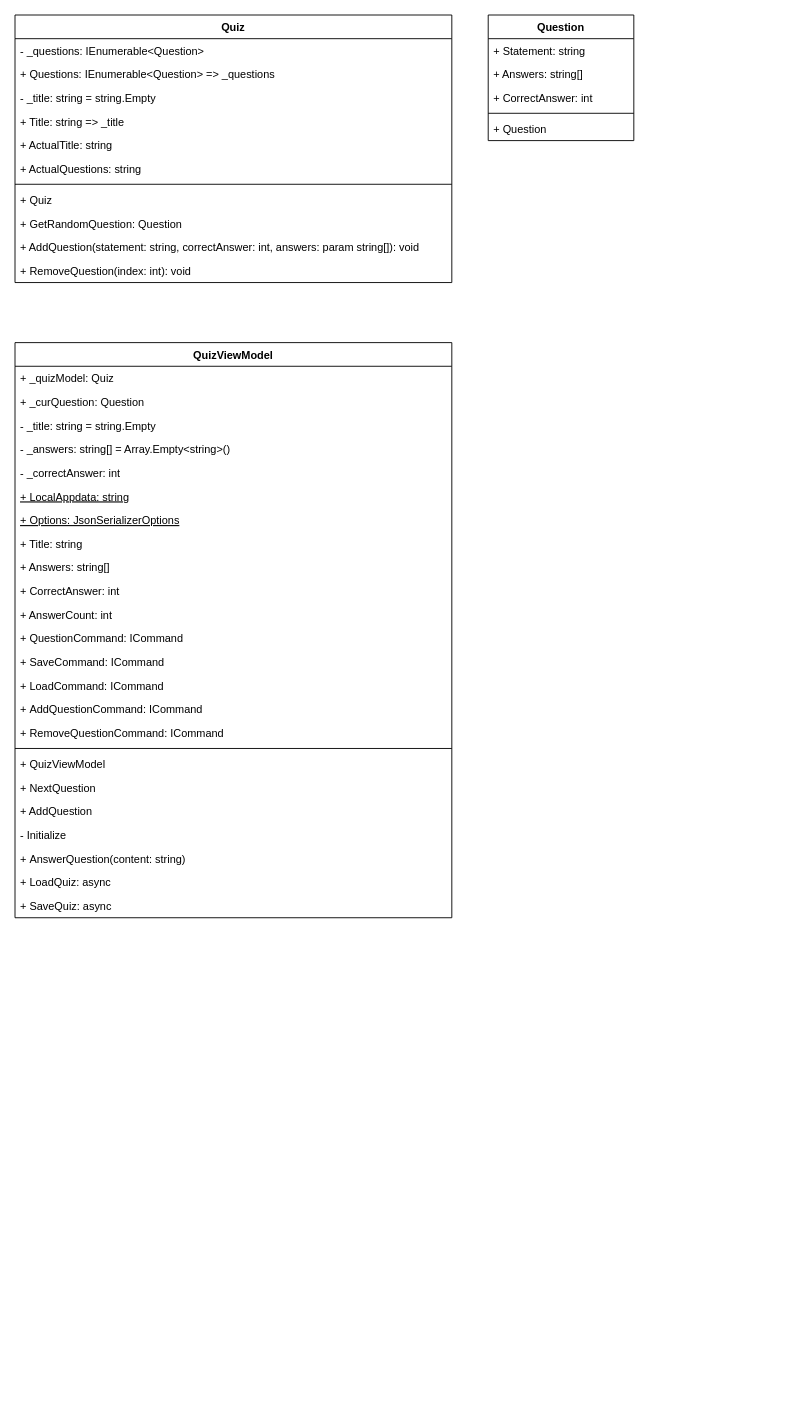
thelilh/Labb2 keeps this draw.io diagram as Planering Labb3.drawio. Above is the earlier version. Source tidied: cells renumbered, new cells numbered last; positions are measured from the earlier drawing's top-left corner, leaving out a move shared by most shapes. Both pictures are drawn from the tidied source at 91%, with x=0, y=0 at pixel (15, 15).
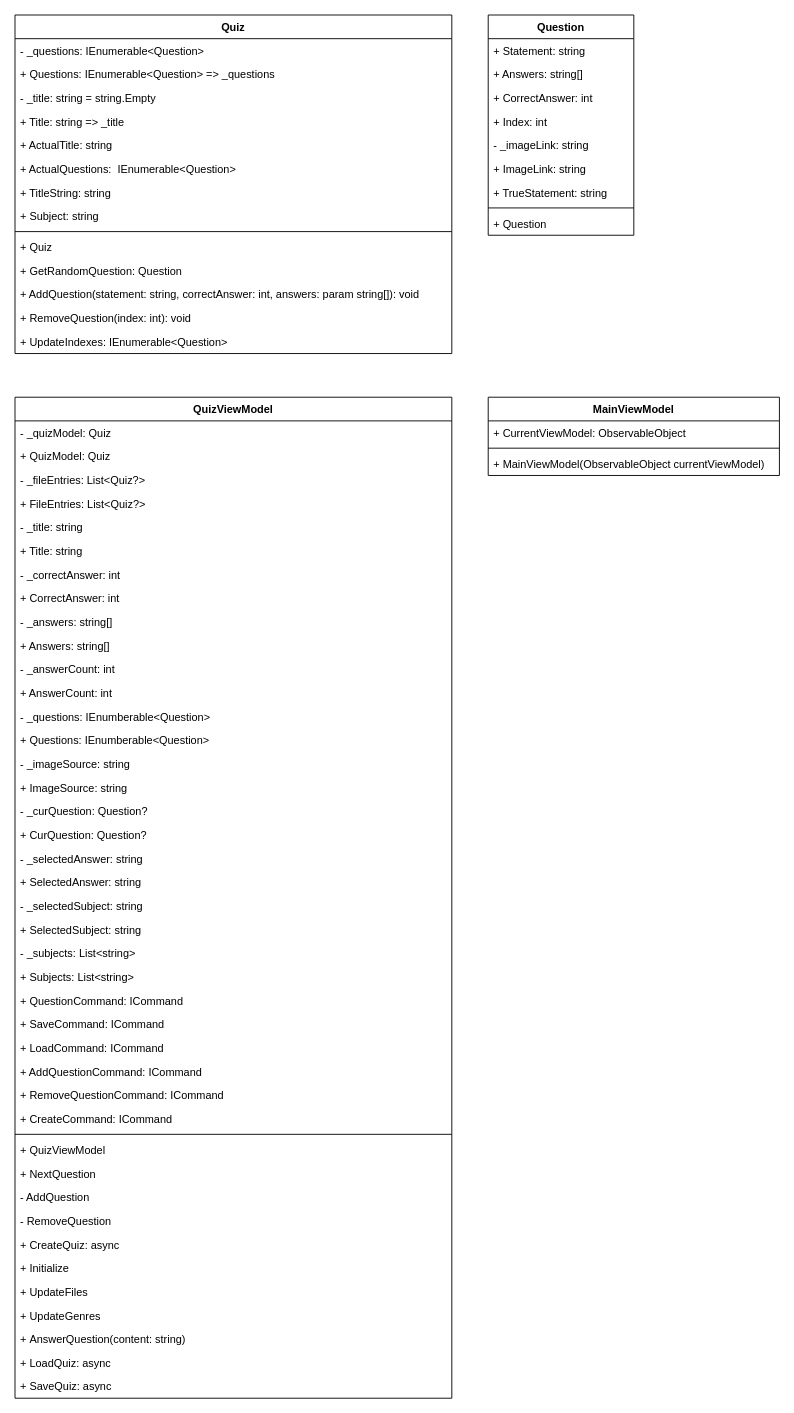
After the change.

What changed in the source:
```diff
@@
     <mxCell id="2" value="Quiz" style="swimlane;fontStyle=1;align=center;verticalAlign=top;horizontal=1;startSize=26;" parent="1" vertex="1">
-      <mxGeometry width="480" height="294" as="geometry" />
+      <mxGeometry width="480" height="372" as="geometry" />
     </mxCell>
@@
-    <mxCell id="8" value="+ ActualQuestions: string" style="text;strokeColor=none;fillColor=none;align=left;verticalAlign=top;spacingLeft=4;spacingRight=4;overflow=hidden;" parent="2" vertex="1">
+    <mxCell id="8" value="+ ActualQuestions:  IEnumerable&lt;Question&gt;" style="text;strokeColor=none;fillColor=none;align=left;verticalAlign=top;spacingLeft=4;spacingRight=4;overflow=hidden;" parent="2" vertex="1">
       <mxGeometry y="156" width="480" height="26" as="geometry" />
     </mxCell>
+    <mxCell id="45" value="+ TitleString: string" style="text;strokeColor=none;fillColor=none;align=left;verticalAlign=top;spacingLeft=4;spacingRight=4;overflow=hidden;" parent="2" vertex="1">
+      <mxGeometry y="182" width="480" height="26" as="geometry" />
+    </mxCell>
+    <mxCell id="46" value="+ Subject: string" style="text;strokeColor=none;fillColor=none;align=left;verticalAlign=top;spacingLeft=4;spacingRight=4;overflow=hidden;" parent="2" vertex="1">
+      <mxGeometry y="208" width="480" height="26" as="geometry" />
+    </mxCell>
     <mxCell id="9" style="line;strokeWidth=1;fillColor=none;align=left;verticalAlign=middle;spacingTop=-1;spacingLeft=3;spacingRight=3;labelPosition=right;strokeColor=inherit;" parent="2" vertex="1">
-      <mxGeometry y="182" width="480" height="8" as="geometry" />
+      <mxGeometry y="234" width="480" height="8" as="geometry" />
     </mxCell>
     <mxCell id="10" value="+ Quiz" style="text;strokeColor=none;fillColor=none;align=left;verticalAlign=top;spacingLeft=4;spacingRight=4;overflow=hidden;" parent="2" vertex="1">
-      <mxGeometry y="190" width="480" height="26" as="geometry" />
+      <mxGeometry y="242" width="480" height="26" as="geometry" />
     </mxCell>
     <mxCell id="11" value="+ GetRandomQuestion: Question" style="text;strokeColor=none;fillColor=none;align=left;verticalAlign=top;spacingLeft=4;spacingRight=4;overflow=hidden;" parent="2" vertex="1">
-      <mxGeometry y="216" width="480" height="26" as="geometry" />
+      <mxGeometry y="268" width="480" height="26" as="geometry" />
     </mxCell>
     <mxCell id="12" value="+ AddQuestion(statement: string, correctAnswer: int, answers: param string[]): void" style="text;strokeColor=none;fillColor=none;align=left;verticalAlign=top;spacingLeft=4;spacingRight=4;overflow=hidden;" parent="2" vertex="1">
-      <mxGeometry y="242" width="480" height="26" as="geometry" />
+      <mxGeometry y="294" width="480" height="26" as="geometry" />
     </mxCell>
     <mxCell id="13" value="+ RemoveQuestion(index: int): void" style="text;strokeColor=none;fillColor=none;align=left;verticalAlign=top;spacingLeft=4;spacingRight=4;overflow=hidden;" parent="2" vertex="1">
-      <mxGeometry y="268" width="480" height="26" as="geometry" />
+      <mxGeometry y="320" width="480" height="26" as="geometry" />
     </mxCell>
+    <mxCell id="47" value="+ UpdateIndexes: IEnumerable&lt;Question&gt;" style="text;strokeColor=none;fillColor=none;align=left;verticalAlign=top;spacingLeft=4;spacingRight=4;overflow=hidden;" parent="2" vertex="1">
+      <mxGeometry y="346" width="480" height="26" as="geometry" />
+    </mxCell>
     <mxCell id="14" value="Question" style="swimlane;fontStyle=1;align=center;verticalAlign=top;horizontal=1;startSize=26;" parent="1" vertex="1">
-      <mxGeometry x="520" width="160" height="138" as="geometry" />
+      <mxGeometry x="520" width="160" height="242" as="geometry" />
     </mxCell>
@@
+    <mxCell id="48" value="+ Index: int" style="text;strokeColor=none;fillColor=none;align=left;verticalAlign=top;spacingLeft=4;spacingRight=4;overflow=hidden;" parent="14" vertex="1">
+      <mxGeometry y="104" width="160" height="26" as="geometry" />
+    </mxCell>
+    <mxCell id="49" value="- _imageLink: string" style="text;strokeColor=none;fillColor=none;align=left;verticalAlign=top;spacingLeft=4;spacingRight=4;overflow=hidden;" parent="14" vertex="1">
+      <mxGeometry y="130" width="160" height="26" as="geometry" />
+    </mxCell>
+    <mxCell id="50" value="+ ImageLink: string" style="text;strokeColor=none;fillColor=none;align=left;verticalAlign=top;spacingLeft=4;spacingRight=4;overflow=hidden;" parent="14" vertex="1">
+      <mxGeometry y="156" width="160" height="26" as="geometry" />
+    </mxCell>
+    <mxCell id="51" value="+ TrueStatement: string" style="text;strokeColor=none;fillColor=none;align=left;verticalAlign=top;spacingLeft=4;spacingRight=4;overflow=hidden;" parent="14" vertex="1">
+      <mxGeometry y="182" width="160" height="26" as="geometry" />
+    </mxCell>
     <mxCell id="18" style="line;strokeWidth=1;fillColor=none;align=left;verticalAlign=middle;spacingTop=-1;spacingLeft=3;spacingRight=3;labelPosition=right;strokeColor=inherit;" parent="14" vertex="1">
-      <mxGeometry y="104" width="160" height="8" as="geometry" />
+      <mxGeometry y="208" width="160" height="8" as="geometry" />
     </mxCell>
     <mxCell id="19" value="+ Question" style="text;strokeColor=none;fillColor=none;align=left;verticalAlign=top;spacingLeft=4;spacingRight=4;overflow=hidden;" parent="14" vertex="1">
-      <mxGeometry y="112" width="160" height="26" as="geometry" />
+      <mxGeometry y="216" width="160" height="26" as="geometry" />
     </mxCell>
     <mxCell id="20" value="QuizViewModel" style="swimlane;fontStyle=1;align=center;verticalAlign=top;horizontal=1;startSize=26;" parent="1" vertex="1">
-      <mxGeometry y="360" width="480" height="632" as="geometry" />
+      <mxGeometry y="420" width="480" height="1100" as="geometry" />
     </mxCell>
-    <mxCell id="21" value="+ _quizModel: Quiz" style="text;strokeColor=none;fillColor=none;align=left;verticalAlign=top;spacingLeft=4;spacingRight=4;overflow=hidden;" parent="20" vertex="1">
+    <mxCell id="21" value="- _quizModel: Quiz" style="text;strokeColor=none;fillColor=none;align=left;verticalAlign=top;spacingLeft=4;spacingRight=4;overflow=hidden;" parent="20" vertex="1">
       <mxGeometry y="26" width="480" height="26" as="geometry" />
     </mxCell>
-    <mxCell id="22" value="+ _curQuestion: Question" style="text;strokeColor=none;fillColor=none;align=left;verticalAlign=top;spacingLeft=4;spacingRight=4;overflow=hidden;" parent="20" vertex="1">
-      <mxGeometry y="52" width="480" height="26" as="geometry" />
-    </mxCell>
-    <mxCell id="23" value="- _title: string = string.Empty" style="text;strokeColor=none;fillColor=none;align=left;verticalAlign=top;spacingLeft=4;spacingRight=4;overflow=hidden;" parent="20" vertex="1">
-      <mxGeometry y="78" width="480" height="26" as="geometry" />
-    </mxCell>
-    <mxCell id="24" value="- _answers: string[] = Array.Empty&lt;string&gt;()" style="text;strokeColor=none;fillColor=none;align=left;verticalAlign=top;spacingLeft=4;spacingRight=4;overflow=hidden;" parent="20" vertex="1">
-      <mxGeometry y="104" width="480" height="26" as="geometry" />
-    </mxCell>
+    <mxCell id="52" value="+ QuizModel: Quiz" style="text;strokeColor=none;fillColor=none;align=left;verticalAlign=top;spacingLeft=4;spacingRight=4;overflow=hidden;" parent="20" vertex="1">
+      <mxGeometry y="52" width="480" height="26" as="geometry" />
+    </mxCell>
+    <mxCell id="53" value="- _fileEntries: List&lt;Quiz?&gt;" style="text;strokeColor=none;fillColor=none;align=left;verticalAlign=top;spacingLeft=4;spacingRight=4;overflow=hidden;" parent="20" vertex="1">
+      <mxGeometry y="78" width="480" height="26" as="geometry" />
+    </mxCell>
+    <mxCell id="54" value="+ FileEntries: List&lt;Quiz?&gt;" style="text;strokeColor=none;fillColor=none;align=left;verticalAlign=top;spacingLeft=4;spacingRight=4;overflow=hidden;" parent="20" vertex="1">
+      <mxGeometry y="104" width="480" height="26" as="geometry" />
+    </mxCell>
+    <mxCell id="55" value="- _title: string" style="text;strokeColor=none;fillColor=none;align=left;verticalAlign=top;spacingLeft=4;spacingRight=4;overflow=hidden;" parent="20" vertex="1">
+      <mxGeometry y="130" width="480" height="26" as="geometry" />
+    </mxCell>
+    <mxCell id="28" value="+ Title: string" style="text;strokeColor=none;fillColor=none;align=left;verticalAlign=top;spacingLeft=4;spacingRight=4;overflow=hidden;" parent="20" vertex="1">
+      <mxGeometry y="156" width="480" height="26" as="geometry" />
+    </mxCell>
-    <mxCell id="25" value="- _correctAnswer: int" style="text;strokeColor=none;fillColor=none;align=left;verticalAlign=top;spacingLeft=4;spacingRight=4;overflow=hidden;" parent="20" vertex="1">
-      <mxGeometry y="130" width="480" height="26" as="geometry" />
+    <mxCell id="25" value="- _correctAnswer: int    " style="text;strokeColor=none;fillColor=none;align=left;verticalAlign=top;spacingLeft=4;spacingRight=4;overflow=hidden;" parent="20" vertex="1">
+      <mxGeometry y="182" width="480" height="26" as="geometry" />
     </mxCell>
-    <mxCell id="26" value="+ LocalAppdata: string" style="text;strokeColor=none;fillColor=none;align=left;verticalAlign=top;spacingLeft=4;spacingRight=4;overflow=hidden;fontStyle=4;" parent="20" vertex="1">
-      <mxGeometry y="156" width="480" height="26" as="geometry" />
-    </mxCell>
-    <mxCell id="27" value="+ Options: JsonSerializerOptions" style="text;strokeColor=none;fillColor=none;align=left;verticalAlign=top;spacingLeft=4;spacingRight=4;overflow=hidden;fontStyle=4;" parent="20" vertex="1">
-      <mxGeometry y="182" width="480" height="26" as="geometry" />
-    </mxCell>
-    <mxCell id="28" value="+ Title: string" style="text;strokeColor=none;fillColor=none;align=left;verticalAlign=top;spacingLeft=4;spacingRight=4;overflow=hidden;" parent="20" vertex="1">
-      <mxGeometry y="208" width="480" height="26" as="geometry" />
-    </mxCell>
+    <mxCell id="30" value="+ CorrectAnswer: int" style="text;strokeColor=none;fillColor=none;align=left;verticalAlign=top;spacingLeft=4;spacingRight=4;overflow=hidden;" parent="20" vertex="1">
+      <mxGeometry y="208" width="480" height="26" as="geometry" />
+    </mxCell>
+    <mxCell id="56" value="- _answers: string[]" style="text;strokeColor=none;fillColor=none;align=left;verticalAlign=top;spacingLeft=4;spacingRight=4;overflow=hidden;" parent="20" vertex="1">
+      <mxGeometry y="234" width="480" height="26" as="geometry" />
+    </mxCell>
     <mxCell id="29" value="+ Answers: string[]" style="text;strokeColor=none;fillColor=none;align=left;verticalAlign=top;spacingLeft=4;spacingRight=4;overflow=hidden;" parent="20" vertex="1">
-      <mxGeometry y="234" width="480" height="26" as="geometry" />
+      <mxGeometry y="260" width="480" height="26" as="geometry" />
     </mxCell>
-    <mxCell id="30" value="+ CorrectAnswer: int" style="text;strokeColor=none;fillColor=none;align=left;verticalAlign=top;spacingLeft=4;spacingRight=4;overflow=hidden;" parent="20" vertex="1">
-      <mxGeometry y="260" width="480" height="26" as="geometry" />
-    </mxCell>
+    <mxCell id="57" value="- _answerCount: int    " style="text;strokeColor=none;fillColor=none;align=left;verticalAlign=top;spacingLeft=4;spacingRight=4;overflow=hidden;" parent="20" vertex="1">
+      <mxGeometry y="286" width="480" height="26" as="geometry" />
+    </mxCell>
     <mxCell id="31" value="+ AnswerCount: int" style="text;strokeColor=none;fillColor=none;align=left;verticalAlign=top;spacingLeft=4;spacingRight=4;overflow=hidden;" parent="20" vertex="1">
-      <mxGeometry y="286" width="480" height="26" as="geometry" />
+      <mxGeometry y="312" width="480" height="26" as="geometry" />
     </mxCell>
+    <mxCell id="58" value="- _questions: IEnumberable&lt;Question&gt;" style="text;strokeColor=none;fillColor=none;align=left;verticalAlign=top;spacingLeft=4;spacingRight=4;overflow=hidden;" parent="20" vertex="1">
+      <mxGeometry y="338" width="480" height="26" as="geometry" />
+    </mxCell>
+    <mxCell id="59" value="+ Questions: IEnumberable&lt;Question&gt;" style="text;strokeColor=none;fillColor=none;align=left;verticalAlign=top;spacingLeft=4;spacingRight=4;overflow=hidden;" parent="20" vertex="1">
+      <mxGeometry y="364" width="480" height="26" as="geometry" />
+    </mxCell>
+    <mxCell id="60" value="- _imageSource: string" style="text;strokeColor=none;fillColor=none;align=left;verticalAlign=top;spacingLeft=4;spacingRight=4;overflow=hidden;" parent="20" vertex="1">
+      <mxGeometry y="390" width="480" height="26" as="geometry" />
+    </mxCell>
+    <mxCell id="61" value="+ ImageSource: string" style="text;strokeColor=none;fillColor=none;align=left;verticalAlign=top;spacingLeft=4;spacingRight=4;overflow=hidden;" parent="20" vertex="1">
+      <mxGeometry y="416" width="480" height="26" as="geometry" />
+    </mxCell>
+    <mxCell id="62" value="- _curQuestion: Question?" style="text;strokeColor=none;fillColor=none;align=left;verticalAlign=top;spacingLeft=4;spacingRight=4;overflow=hidden;" parent="20" vertex="1">
+      <mxGeometry y="442" width="480" height="26" as="geometry" />
+    </mxCell>
+    <mxCell id="63" value="+ CurQuestion: Question?" style="text;strokeColor=none;fillColor=none;align=left;verticalAlign=top;spacingLeft=4;spacingRight=4;overflow=hidden;" parent="20" vertex="1">
+      <mxGeometry y="468" width="480" height="26" as="geometry" />
+    </mxCell>
+    <mxCell id="64" value="- _selectedAnswer: string" style="text;strokeColor=none;fillColor=none;align=left;verticalAlign=top;spacingLeft=4;spacingRight=4;overflow=hidden;" parent="20" vertex="1">
+      <mxGeometry y="494" width="480" height="26" as="geometry" />
+    </mxCell>
+    <mxCell id="65" value="+ SelectedAnswer: string" style="text;strokeColor=none;fillColor=none;align=left;verticalAlign=top;spacingLeft=4;spacingRight=4;overflow=hidden;" parent="20" vertex="1">
+      <mxGeometry y="520" width="480" height="26" as="geometry" />
+    </mxCell>
+    <mxCell id="66" value="- _selectedSubject: string" style="text;strokeColor=none;fillColor=none;align=left;verticalAlign=top;spacingLeft=4;spacingRight=4;overflow=hidden;" parent="20" vertex="1">
+      <mxGeometry y="546" width="480" height="26" as="geometry" />
+    </mxCell>
+    <mxCell id="67" value="+ SelectedSubject: string" style="text;strokeColor=none;fillColor=none;align=left;verticalAlign=top;spacingLeft=4;spacingRight=4;overflow=hidden;" parent="20" vertex="1">
+      <mxGeometry y="572" width="480" height="26" as="geometry" />
+    </mxCell>
+    <mxCell id="68" value="- _subjects: List&lt;string&gt;" style="text;strokeColor=none;fillColor=none;align=left;verticalAlign=top;spacingLeft=4;spacingRight=4;overflow=hidden;" parent="20" vertex="1">
+      <mxGeometry y="598" width="480" height="26" as="geometry" />
+    </mxCell>
+    <mxCell id="69" value="+ Subjects: List&lt;string&gt;" style="text;strokeColor=none;fillColor=none;align=left;verticalAlign=top;spacingLeft=4;spacingRight=4;overflow=hidden;" parent="20" vertex="1">
+      <mxGeometry y="624" width="480" height="26" as="geometry" />
+    </mxCell>
-    <mxCell id="32" value="+ QuestionCommand: ICommand" style="text;strokeColor=none;fillColor=none;align=left;verticalAlign=top;spacingLeft=4;spacingRight=4;overflow=hidden;" parent="20" vertex="1">
-      <mxGeometry y="312" width="480" height="26" as="geometry" />
+    <mxCell id="32" value="+ QuestionCommand: ICommand" style="text;strokeColor=none;fillColor=none;align=left;verticalAlign=top;spacingLeft=4;spacingRight=4;overflow=hidden;" parent="20" vertex="1">
+      <mxGeometry y="650" width="480" height="26" as="geometry" />
     </mxCell>
-    <mxCell id="33" value="+ SaveCommand: ICommand" style="text;strokeColor=none;fillColor=none;align=left;verticalAlign=top;spacingLeft=4;spacingRight=4;overflow=hidden;" parent="20" vertex="1">
-      <mxGeometry y="338" width="480" height="26" as="geometry" />
+    <mxCell id="33" value="+ SaveCommand: ICommand" style="text;strokeColor=none;fillColor=none;align=left;verticalAlign=top;spacingLeft=4;spacingRight=4;overflow=hidden;" parent="20" vertex="1">
+      <mxGeometry y="676" width="480" height="26" as="geometry" />
     </mxCell>
-    <mxCell id="34" value="+ LoadCommand: ICommand" style="text;strokeColor=none;fillColor=none;align=left;verticalAlign=top;spacingLeft=4;spacingRight=4;overflow=hidden;" parent="20" vertex="1">
-      <mxGeometry y="364" width="480" height="26" as="geometry" />
+    <mxCell id="34" value="+ LoadCommand: ICommand" style="text;strokeColor=none;fillColor=none;align=left;verticalAlign=top;spacingLeft=4;spacingRight=4;overflow=hidden;" parent="20" vertex="1">
+      <mxGeometry y="702" width="480" height="26" as="geometry" />
     </mxCell>
-    <mxCell id="35" value="+ AddQuestionCommand: ICommand" style="text;strokeColor=none;fillColor=none;align=left;verticalAlign=top;spacingLeft=4;spacingRight=4;overflow=hidden;" parent="20" vertex="1">
-      <mxGeometry y="390" width="480" height="26" as="geometry" />
+    <mxCell id="35" value="+ AddQuestionCommand: ICommand" style="text;strokeColor=none;fillColor=none;align=left;verticalAlign=top;spacingLeft=4;spacingRight=4;overflow=hidden;" parent="20" vertex="1">
+      <mxGeometry y="728" width="480" height="26" as="geometry" />
     </mxCell>
-    <mxCell id="36" value="+ RemoveQuestionCommand: ICommand" style="text;strokeColor=none;fillColor=none;align=left;verticalAlign=top;spacingLeft=4;spacingRight=4;overflow=hidden;" parent="20" vertex="1">
-      <mxGeometry y="416" width="480" height="26" as="geometry" />
+    <mxCell id="36" value="+ RemoveQuestionCommand: ICommand" style="text;strokeColor=none;fillColor=none;align=left;verticalAlign=top;spacingLeft=4;spacingRight=4;overflow=hidden;" parent="20" vertex="1">
+      <mxGeometry y="754" width="480" height="26" as="geometry" />
     </mxCell>
+    <mxCell id="70" value="+ CreateCommand: ICommand" style="text;strokeColor=none;fillColor=none;align=left;verticalAlign=top;spacingLeft=4;spacingRight=4;overflow=hidden;" parent="20" vertex="1">
+      <mxGeometry y="780" width="480" height="26" as="geometry" />
+    </mxCell>
     <mxCell id="37" style="line;strokeWidth=1;fillColor=none;align=left;verticalAlign=middle;spacingTop=-1;spacingLeft=3;spacingRight=3;labelPosition=right;strokeColor=inherit;" parent="20" vertex="1">
-      <mxGeometry y="442" width="480" height="8" as="geometry" />
+      <mxGeometry y="806" width="480" height="8" as="geometry" />
     </mxCell>
     <mxCell id="38" value="+ QuizViewModel" style="text;strokeColor=none;fillColor=none;align=left;verticalAlign=top;spacingLeft=4;spacingRight=4;overflow=hidden;" parent="20" vertex="1">
-      <mxGeometry y="450" width="480" height="26" as="geometry" />
+      <mxGeometry y="814" width="480" height="26" as="geometry" />
     </mxCell>
     <mxCell id="39" value="+ NextQuestion" style="text;strokeColor=none;fillColor=none;align=left;verticalAlign=top;spacingLeft=4;spacingRight=4;overflow=hidden;" parent="20" vertex="1">
-      <mxGeometry y="476" width="480" height="26" as="geometry" />
+      <mxGeometry y="840" width="480" height="26" as="geometry" />
     </mxCell>
-    <mxCell id="40" value="+ AddQuestion" style="text;strokeColor=none;fillColor=none;align=left;verticalAlign=top;spacingLeft=4;spacingRight=4;overflow=hidden;" parent="20" vertex="1">
-      <mxGeometry y="502" width="480" height="26" as="geometry" />
+    <mxCell id="40" value="- AddQuestion" style="text;strokeColor=none;fillColor=none;align=left;verticalAlign=top;spacingLeft=4;spacingRight=4;overflow=hidden;" parent="20" vertex="1">
+      <mxGeometry y="866" width="480" height="26" as="geometry" />
     </mxCell>
+    <mxCell id="71" value="- RemoveQuestion" style="text;strokeColor=none;fillColor=none;align=left;verticalAlign=top;spacingLeft=4;spacingRight=4;overflow=hidden;" parent="20" vertex="1">
+      <mxGeometry y="892" width="480" height="26" as="geometry" />
+    </mxCell>
+    <mxCell id="72" value="+ CreateQuiz: async" style="text;strokeColor=none;fillColor=none;align=left;verticalAlign=top;spacingLeft=4;spacingRight=4;overflow=hidden;" parent="20" vertex="1">
+      <mxGeometry y="918" width="480" height="26" as="geometry" />
+    </mxCell>
-    <mxCell id="41" value="- Initialize" style="text;strokeColor=none;fillColor=none;align=left;verticalAlign=top;spacingLeft=4;spacingRight=4;overflow=hidden;" parent="20" vertex="1">
-      <mxGeometry y="528" width="480" height="26" as="geometry" />
+    <mxCell id="41" value="+ Initialize" style="text;strokeColor=none;fillColor=none;align=left;verticalAlign=top;spacingLeft=4;spacingRight=4;overflow=hidden;" parent="20" vertex="1">
+      <mxGeometry y="944" width="480" height="26" as="geometry" />
     </mxCell>
+    <mxCell id="73" value="+ UpdateFiles" style="text;strokeColor=none;fillColor=none;align=left;verticalAlign=top;spacingLeft=4;spacingRight=4;overflow=hidden;" parent="20" vertex="1">
+      <mxGeometry y="970" width="480" height="26" as="geometry" />
+    </mxCell>
+    <mxCell id="74" value="+ UpdateGenres" style="text;strokeColor=none;fillColor=none;align=left;verticalAlign=top;spacingLeft=4;spacingRight=4;overflow=hidden;" parent="20" vertex="1">
+      <mxGeometry y="996" width="480" height="26" as="geometry" />
+    </mxCell>
     <mxCell id="42" value="+ AnswerQuestion(content: string)" style="text;strokeColor=none;fillColor=none;align=left;verticalAlign=top;spacingLeft=4;spacingRight=4;overflow=hidden;" parent="20" vertex="1">
-      <mxGeometry y="554" width="480" height="26" as="geometry" />
+      <mxGeometry y="1022" width="480" height="26" as="geometry" />
     </mxCell>
     <mxCell id="43" value="+ LoadQuiz: async" style="text;strokeColor=none;fillColor=none;align=left;verticalAlign=top;spacingLeft=4;spacingRight=4;overflow=hidden;" parent="20" vertex="1">
-      <mxGeometry y="580" width="480" height="26" as="geometry" />
+      <mxGeometry y="1048" width="480" height="26" as="geometry" />
     </mxCell>
     <mxCell id="44" value="+ SaveQuiz: async" style="text;strokeColor=none;fillColor=none;align=left;verticalAlign=top;spacingLeft=4;spacingRight=4;overflow=hidden;" parent="20" vertex="1">
-      <mxGeometry y="606" width="480" height="26" as="geometry" />
+      <mxGeometry y="1074" width="480" height="26" as="geometry" />
     </mxCell>
+    <mxCell id="75" value="MainViewModel" style="swimlane;fontStyle=1;align=center;verticalAlign=top;horizontal=1;startSize=26;" parent="1" vertex="1">
+      <mxGeometry x="520" y="420" width="320" height="86" as="geometry" />
+    </mxCell>
+    <mxCell id="76" value="+ CurrentViewModel: ObservableObject" style="text;strokeColor=none;fillColor=none;align=left;verticalAlign=top;spacingLeft=4;spacingRight=4;overflow=hidden;" parent="75" vertex="1">
+      <mxGeometry y="26" width="320" height="26" as="geometry" />
+    </mxCell>
+    <mxCell id="77" style="line;strokeWidth=1;fillColor=none;align=left;verticalAlign=middle;spacingTop=-1;spacingLeft=3;spacingRight=3;labelPosition=right;strokeColor=inherit;" parent="75" vertex="1">
+      <mxGeometry y="52" width="320" height="8" as="geometry" />
+    </mxCell>
+    <mxCell id="78" value="+ MainViewModel(ObservableObject currentViewModel)" style="text;strokeColor=none;fillColor=none;align=left;verticalAlign=top;spacingLeft=4;spacingRight=4;overflow=hidden;" parent="75" vertex="1">
+      <mxGeometry y="60" width="320" height="26" as="geometry" />
+    </mxCell>
```
